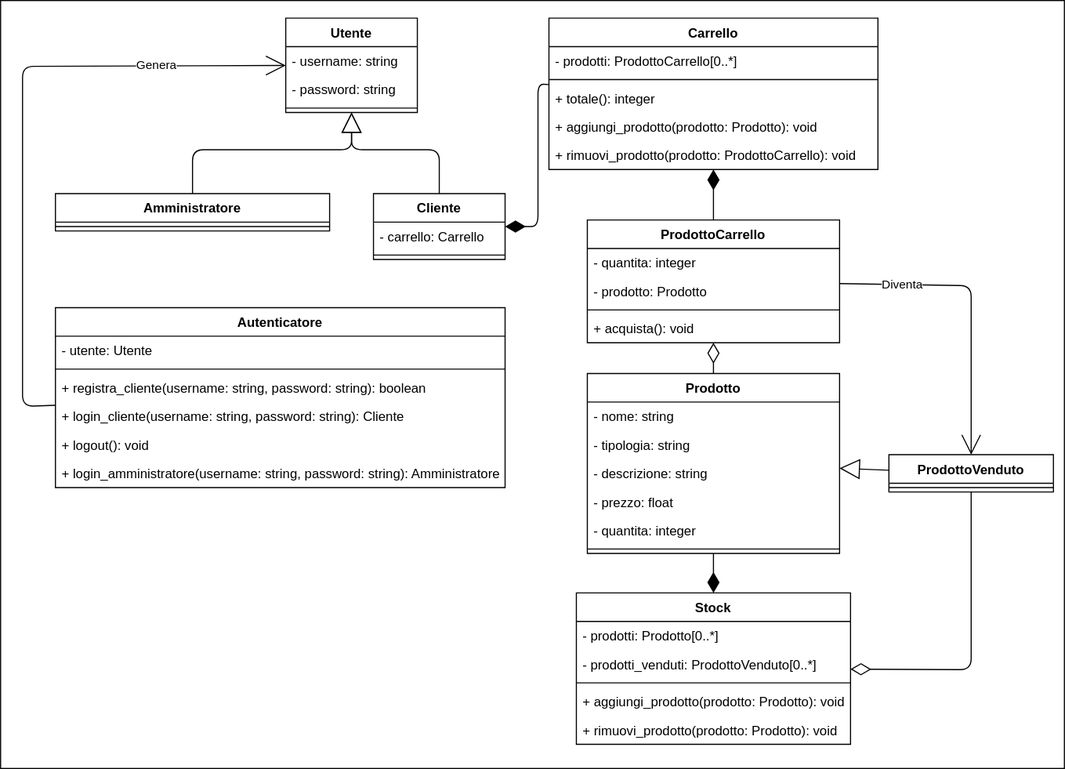
This is diagrammi/classi.drawio.svg from MickTK/ProgettoFinaleISW, a draw.io export, as it was before one commit. Source tidied: cells renumbered, new cells last; positions are measured from the earlier drawing's top-left corner, leaving out a move shared by most shapes.
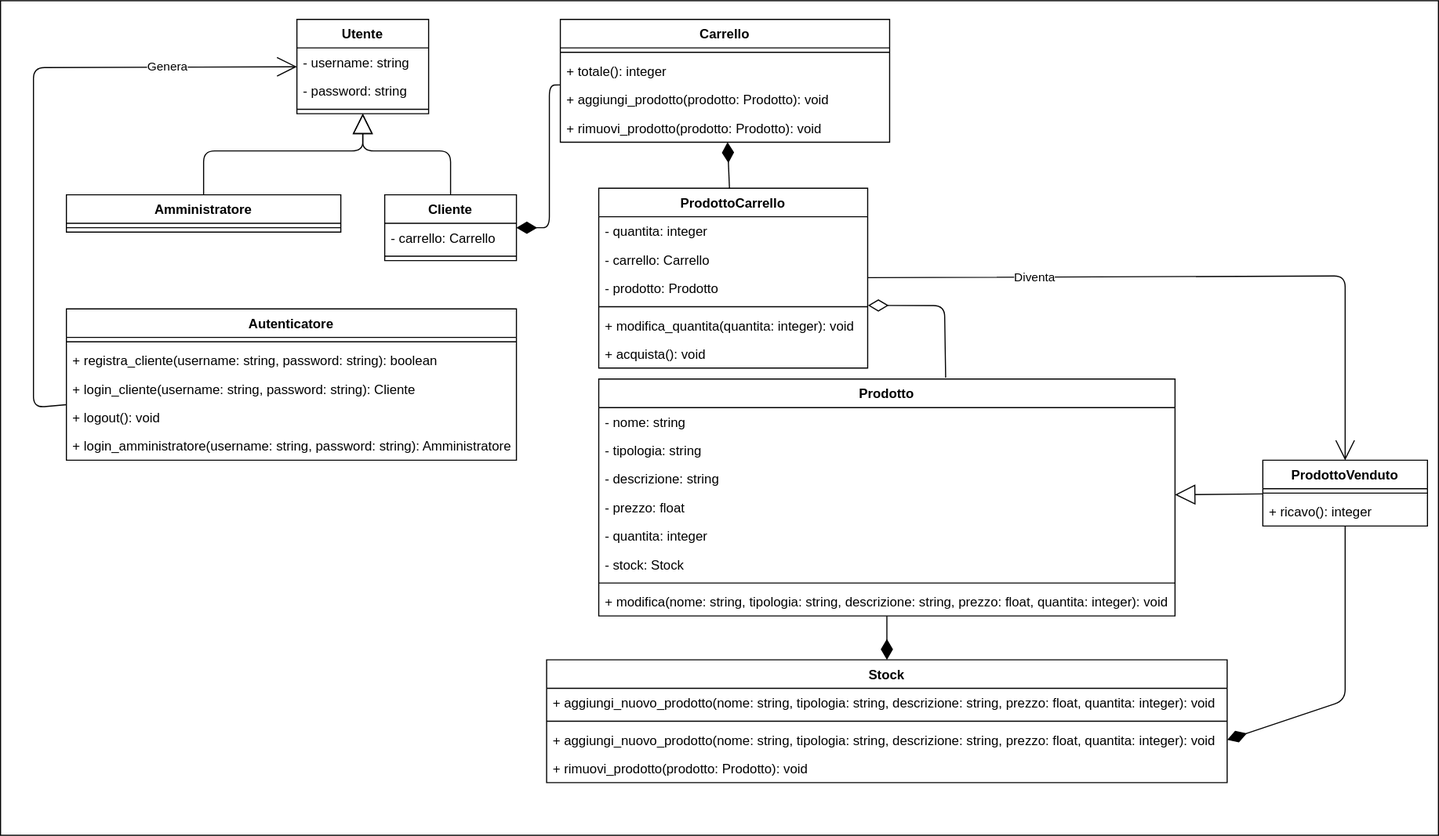
The same file after the commit.

The edit, as a diff of the source:
```diff
@@ -3,7 +3,7 @@
     <mxCell id="0" />
     <mxCell id="1" parent="0" />
     <mxCell id="2" style="rounded=0;whiteSpace=wrap;html=1;" parent="1" vertex="1">
-      <mxGeometry width="970" height="700" as="geometry" />
+      <mxGeometry x="-10" y="-1" width="1310" height="761" as="geometry" />
     </mxCell>
     <mxCell id="3" value="Cliente" style="swimlane;fontStyle=1;align=center;verticalAlign=top;horizontal=1;startSize=26;" parent="1" vertex="1">
       <mxGeometry x="340" y="176" width="120" height="60" as="geometry" />
@@ -15,59 +15,68 @@
       <mxGeometry y="52" width="120" height="8" as="geometry" />
     </mxCell>
     <mxCell id="6" value="Carrello" style="swimlane;fontStyle=1;align=center;verticalAlign=top;horizontal=1;startSize=26;" parent="1" vertex="1">
-      <mxGeometry x="500" y="16" width="300" height="138" as="geometry" />
+      <mxGeometry x="500" y="16" width="300" height="112" as="geometry" />
     </mxCell>
-    <mxCell id="7" value="- prodotti: ProdottoCarrello[0..*]" style="text;strokeColor=none;fillColor=none;align=left;verticalAlign=top;spacingLeft=4;spacingRight=4;overflow=hidden;" parent="6" vertex="1">
-      <mxGeometry y="26" width="300" height="26" as="geometry" />
-    </mxCell>
     <mxCell id="8" style="line;strokeWidth=1;fillColor=none;align=left;verticalAlign=middle;spacingTop=-1;spacingLeft=3;spacingRight=3;labelPosition=right;strokeColor=inherit;" parent="6" vertex="1">
-      <mxGeometry y="52" width="300" height="8" as="geometry" />
+      <mxGeometry y="26" width="300" height="8" as="geometry" />
     </mxCell>
     <mxCell id="9" value="+ totale(): integer" style="text;strokeColor=none;fillColor=none;align=left;verticalAlign=top;spacingLeft=4;spacingRight=4;overflow=hidden;" parent="6" vertex="1">
-      <mxGeometry y="60" width="300" height="26" as="geometry" />
+      <mxGeometry y="34" width="300" height="26" as="geometry" />
     </mxCell>
     <mxCell id="10" value="+ aggiungi_prodotto(prodotto: Prodotto): void" style="text;strokeColor=none;fillColor=none;align=left;verticalAlign=top;spacingLeft=4;spacingRight=4;overflow=hidden;" parent="6" vertex="1">
-      <mxGeometry y="86" width="300" height="26" as="geometry" />
+      <mxGeometry y="60" width="300" height="26" as="geometry" />
     </mxCell>
-    <mxCell id="11" value="+ rimuovi_prodotto(prodotto: ProdottoCarrello): void" style="text;strokeColor=none;fillColor=none;align=left;verticalAlign=top;spacingLeft=4;spacingRight=4;overflow=hidden;" parent="6" vertex="1">
-      <mxGeometry y="112" width="300" height="26" as="geometry" />
+    <mxCell id="11" value="+ rimuovi_prodotto(prodotto: Prodotto): void" style="text;strokeColor=none;fillColor=none;align=left;verticalAlign=top;spacingLeft=4;spacingRight=4;overflow=hidden;" parent="6" vertex="1">
+      <mxGeometry y="86" width="300" height="26" as="geometry" />
     </mxCell>
     <mxCell id="12" value="ProdottoCarrello" style="swimlane;fontStyle=1;align=center;verticalAlign=top;horizontal=1;startSize=26;" parent="1" vertex="1">
-      <mxGeometry x="535" y="200" width="230" height="112" as="geometry" />
+      <mxGeometry x="535" y="170" width="245" height="164" as="geometry" />
     </mxCell>
     <mxCell id="13" value="- quantita: integer" style="text;strokeColor=none;fillColor=none;align=left;verticalAlign=top;spacingLeft=4;spacingRight=4;overflow=hidden;" parent="12" vertex="1">
-      <mxGeometry y="26" width="230" height="26" as="geometry" />
+      <mxGeometry y="26" width="245" height="26" as="geometry" />
     </mxCell>
+    <mxCell id="57" value="- carrello: Carrello" style="text;strokeColor=none;fillColor=none;align=left;verticalAlign=top;spacingLeft=4;spacingRight=4;overflow=hidden;" parent="12" vertex="1">
+      <mxGeometry y="52" width="245" height="26" as="geometry" />
+    </mxCell>
     <mxCell id="14" value="- prodotto: Prodotto" style="text;strokeColor=none;fillColor=none;align=left;verticalAlign=top;spacingLeft=4;spacingRight=4;overflow=hidden;" parent="12" vertex="1">
-      <mxGeometry y="52" width="230" height="26" as="geometry" />
+      <mxGeometry y="78" width="245" height="26" as="geometry" />
     </mxCell>
     <mxCell id="15" style="line;strokeWidth=1;fillColor=none;align=left;verticalAlign=middle;spacingTop=-1;spacingLeft=3;spacingRight=3;labelPosition=right;points=[];portConstraint=eastwest;strokeColor=inherit;" parent="12" vertex="1">
-      <mxGeometry y="78" width="230" height="8" as="geometry" />
+      <mxGeometry y="104" width="245" height="8" as="geometry" />
     </mxCell>
-    <mxCell id="16" value="+ acquista(): void" style="text;strokeColor=none;fillColor=none;align=left;verticalAlign=top;spacingLeft=4;spacingRight=4;overflow=hidden;" parent="12" vertex="1">
-      <mxGeometry y="86" width="230" height="26" as="geometry" />
+    <mxCell id="16" value="+ modifica_quantita(quantita: integer): void" style="text;strokeColor=none;fillColor=none;align=left;verticalAlign=top;spacingLeft=4;spacingRight=4;overflow=hidden;" parent="12" vertex="1">
+      <mxGeometry y="112" width="245" height="26" as="geometry" />
     </mxCell>
+    <mxCell id="58" value="+ acquista(): void" style="text;strokeColor=none;fillColor=none;align=left;verticalAlign=top;spacingLeft=4;spacingRight=4;overflow=hidden;" parent="12" vertex="1">
+      <mxGeometry y="138" width="245" height="26" as="geometry" />
+    </mxCell>
     <mxCell id="17" value="Prodotto" style="swimlane;fontStyle=1;align=center;verticalAlign=top;horizontal=1;startSize=26;" parent="1" vertex="1">
-      <mxGeometry x="535" y="340" width="230" height="164" as="geometry" />
+      <mxGeometry x="535" y="344" width="525" height="216" as="geometry" />
     </mxCell>
     <mxCell id="18" value="- nome: string" style="text;strokeColor=none;fillColor=none;align=left;verticalAlign=top;spacingLeft=4;spacingRight=4;overflow=hidden;" parent="17" vertex="1">
-      <mxGeometry y="26" width="230" height="26" as="geometry" />
+      <mxGeometry y="26" width="525" height="26" as="geometry" />
     </mxCell>
     <mxCell id="19" value="- tipologia: string" style="text;strokeColor=none;fillColor=none;align=left;verticalAlign=top;spacingLeft=4;spacingRight=4;overflow=hidden;" parent="17" vertex="1">
-      <mxGeometry y="52" width="230" height="26" as="geometry" />
+      <mxGeometry y="52" width="525" height="26" as="geometry" />
     </mxCell>
     <mxCell id="20" value="- descrizione: string" style="text;strokeColor=none;fillColor=none;align=left;verticalAlign=top;spacingLeft=4;spacingRight=4;overflow=hidden;" parent="17" vertex="1">
-      <mxGeometry y="78" width="230" height="26" as="geometry" />
+      <mxGeometry y="78" width="525" height="26" as="geometry" />
     </mxCell>
     <mxCell id="21" value="- prezzo: float" style="text;strokeColor=none;fillColor=none;align=left;verticalAlign=top;spacingLeft=4;spacingRight=4;overflow=hidden;" parent="17" vertex="1">
-      <mxGeometry y="104" width="230" height="26" as="geometry" />
+      <mxGeometry y="104" width="525" height="26" as="geometry" />
     </mxCell>
     <mxCell id="22" value="- quantita: integer" style="text;strokeColor=none;fillColor=none;align=left;verticalAlign=top;spacingLeft=4;spacingRight=4;overflow=hidden;" parent="17" vertex="1">
-      <mxGeometry y="130" width="230" height="26" as="geometry" />
+      <mxGeometry y="130" width="525" height="26" as="geometry" />
     </mxCell>
+    <mxCell id="59" value="- stock: Stock" style="text;strokeColor=none;fillColor=none;align=left;verticalAlign=top;spacingLeft=4;spacingRight=4;overflow=hidden;" parent="17" vertex="1">
+      <mxGeometry y="156" width="525" height="26" as="geometry" />
+    </mxCell>
     <mxCell id="23" style="line;strokeWidth=1;fillColor=none;align=left;verticalAlign=middle;spacingTop=-1;spacingLeft=3;spacingRight=3;labelPosition=right;strokeColor=inherit;" parent="17" vertex="1">
-      <mxGeometry y="156" width="230" height="8" as="geometry" />
+      <mxGeometry y="182" width="525" height="8" as="geometry" />
     </mxCell>
+    <mxCell id="60" value="+ modifica(nome: string, tipologia: string, descrizione: string, prezzo: float, quantita: integer): void" style="text;strokeColor=none;fillColor=none;align=left;verticalAlign=top;spacingLeft=4;spacingRight=4;overflow=hidden;" parent="17" vertex="1">
+      <mxGeometry y="190" width="525" height="26" as="geometry" />
+    </mxCell>
     <mxCell id="24" value="Utente" style="swimlane;fontStyle=1;align=center;verticalAlign=top;horizontal=1;startSize=26;" parent="1" vertex="1">
       <mxGeometry x="260" y="16" width="120" height="86" as="geometry" />
     </mxCell>
@@ -113,56 +122,57 @@
     <mxCell id="33" style="endArrow=diamondThin;html=1;endFill=1;startArrow=none;startFill=0;endSize=16;" parent="1" edge="1" source="12" target="6">
       <mxGeometry relative="1" as="geometry" />
     </mxCell>
-    <mxCell id="34" style="endArrow=diamondThin;html=1;endFill=0;startArrow=none;startFill=0;endSize=16;" parent="1" edge="1" source="17" target="12">
-      <mxGeometry relative="1" as="geometry" />
+    <mxCell id="34" style="endArrow=diamondThin;html=1;endFill=0;startArrow=none;startFill=0;endSize=16;entryX=1.001;entryY=0.355;entryDx=0;entryDy=0;entryPerimeter=0;exitX=0.602;exitY=-0.006;exitDx=0;exitDy=0;exitPerimeter=0;" parent="1" edge="1" source="17" target="15">
+      <mxGeometry relative="1" as="geometry">
+        <Array as="points">
+          <mxPoint x="850" y="277" />
+        </Array>
+      </mxGeometry>
     </mxCell>
     <mxCell id="35" value="Autenticatore" style="swimlane;fontStyle=1;align=center;verticalAlign=top;horizontal=1;startSize=26;" parent="1" vertex="1">
-      <mxGeometry x="50" y="280" width="410" height="164" as="geometry" />
+      <mxGeometry x="50" y="280" width="410" height="138" as="geometry" />
     </mxCell>
-    <mxCell id="36" value="- utente: Utente" style="text;strokeColor=none;fillColor=none;align=left;verticalAlign=top;spacingLeft=4;spacingRight=4;overflow=hidden;" parent="35" vertex="1">
-      <mxGeometry y="26" width="410" height="26" as="geometry" />
-    </mxCell>
     <mxCell id="37" style="line;strokeWidth=1;fillColor=none;align=left;verticalAlign=middle;spacingTop=-1;spacingLeft=3;spacingRight=3;labelPosition=right;strokeColor=inherit;" parent="35" vertex="1">
-      <mxGeometry y="52" width="410" height="8" as="geometry" />
+      <mxGeometry y="26" width="410" height="8" as="geometry" />
     </mxCell>
     <mxCell id="38" value="+ registra_cliente(username: string, password: string): boolean" style="text;strokeColor=none;fillColor=none;align=left;verticalAlign=top;spacingLeft=4;spacingRight=4;overflow=hidden;" parent="35" vertex="1">
-      <mxGeometry y="60" width="410" height="26" as="geometry" />
+      <mxGeometry y="34" width="410" height="26" as="geometry" />
     </mxCell>
     <mxCell id="39" value="+ login_cliente(username: string, password: string): Cliente" style="text;strokeColor=none;fillColor=none;align=left;verticalAlign=top;spacingLeft=4;spacingRight=4;overflow=hidden;" parent="35" vertex="1">
-      <mxGeometry y="86" width="410" height="26" as="geometry" />
+      <mxGeometry y="60" width="410" height="26" as="geometry" />
     </mxCell>
     <mxCell id="40" value="+ logout(): void" style="text;strokeColor=none;fillColor=none;align=left;verticalAlign=top;spacingLeft=4;spacingRight=4;overflow=hidden;" parent="35" vertex="1">
-      <mxGeometry y="112" width="410" height="26" as="geometry" />
+      <mxGeometry y="86" width="410" height="26" as="geometry" />
     </mxCell>
     <mxCell id="41" value="+ login_amministratore(username: string, password: string): Amministratore" style="text;strokeColor=none;fillColor=none;align=left;verticalAlign=top;spacingLeft=4;spacingRight=4;overflow=hidden;" parent="35" vertex="1">
-      <mxGeometry y="138" width="410" height="26" as="geometry" />
+      <mxGeometry y="112" width="410" height="26" as="geometry" />
     </mxCell>
     <mxCell id="42" value="ProdottoVenduto" style="swimlane;fontStyle=1;align=center;verticalAlign=top;horizontal=1;startSize=26;" parent="1" vertex="1">
-      <mxGeometry x="810" y="414" width="150" height="34" as="geometry" />
+      <mxGeometry x="1140" y="418" width="150" height="60" as="geometry" />
     </mxCell>
     <mxCell id="43" style="line;strokeWidth=1;fillColor=none;align=left;verticalAlign=middle;spacingTop=-1;spacingLeft=3;spacingRight=3;labelPosition=right;strokeColor=inherit;" parent="42" vertex="1">
       <mxGeometry y="26" width="150" height="8" as="geometry" />
     </mxCell>
+    <mxCell id="61" value="+ ricavo(): integer" style="text;strokeColor=none;fillColor=none;align=left;verticalAlign=top;spacingLeft=4;spacingRight=4;overflow=hidden;" parent="42" vertex="1">
+      <mxGeometry y="34" width="150" height="26" as="geometry" />
+    </mxCell>
     <mxCell id="44" style="endArrow=block;endSize=16;endFill=0;html=1;" parent="1" edge="1" source="42" target="17">
       <mxGeometry relative="1" as="geometry" />
     </mxCell>
     <mxCell id="45" value="Stock" style="swimlane;fontStyle=1;align=center;verticalAlign=top;horizontal=1;startSize=26;" parent="1" vertex="1">
-      <mxGeometry x="525" y="540" width="250" height="138" as="geometry" />
+      <mxGeometry x="487.5" y="600" width="620" height="112" as="geometry" />
     </mxCell>
-    <mxCell id="46" value="- prodotti: Prodotto[0..*]" style="text;strokeColor=none;fillColor=none;align=left;verticalAlign=top;spacingLeft=4;spacingRight=4;overflow=hidden;" parent="45" vertex="1">
-      <mxGeometry y="26" width="250" height="26" as="geometry" />
-    </mxCell>
-    <mxCell id="47" value="- prodotti_venduti: ProdottoVenduto[0..*]" style="text;strokeColor=none;fillColor=none;align=left;verticalAlign=top;spacingLeft=4;spacingRight=4;overflow=hidden;" parent="45" vertex="1">
-      <mxGeometry y="52" width="250" height="26" as="geometry" />
-    </mxCell>
+    <mxCell id="62" value="+ aggiungi_nuovo_prodotto(nome: string, tipologia: string, descrizione: string, prezzo: float, quantita: integer): void" style="text;strokeColor=none;fillColor=none;align=left;verticalAlign=top;spacingLeft=4;spacingRight=4;overflow=hidden;" parent="45" vertex="1">
+      <mxGeometry y="26" width="620" height="26" as="geometry" />
+    </mxCell>
     <mxCell id="48" style="line;strokeWidth=1;fillColor=none;align=left;verticalAlign=middle;spacingTop=-1;spacingLeft=3;spacingRight=3;labelPosition=right;strokeColor=inherit;" parent="45" vertex="1">
-      <mxGeometry y="78" width="250" height="8" as="geometry" />
+      <mxGeometry y="52" width="620" height="8" as="geometry" />
     </mxCell>
-    <mxCell id="49" value="+ aggiungi_prodotto(prodotto: Prodotto): void" style="text;strokeColor=none;fillColor=none;align=left;verticalAlign=top;spacingLeft=4;spacingRight=4;overflow=hidden;points=[[0,0.5],[1,0.5]];portConstraint=eastwest;" parent="45" vertex="1">
-      <mxGeometry y="86" width="250" height="26" as="geometry" />
+    <mxCell id="49" value="+ aggiungi_nuovo_prodotto(nome: string, tipologia: string, descrizione: string, prezzo: float, quantita: integer): void" style="text;strokeColor=none;fillColor=none;align=left;verticalAlign=top;spacingLeft=4;spacingRight=4;overflow=hidden;points=[[0,0.5],[1,0.5]];portConstraint=eastwest;" parent="45" vertex="1">
+      <mxGeometry y="60" width="620" height="26" as="geometry" />
     </mxCell>
     <mxCell id="50" value="+ rimuovi_prodotto(prodotto: Prodotto): void" style="text;strokeColor=none;fillColor=none;align=left;verticalAlign=top;spacingLeft=4;spacingRight=4;overflow=hidden;" parent="45" vertex="1">
-      <mxGeometry y="112" width="250" height="26" as="geometry" />
+      <mxGeometry y="86" width="620" height="26" as="geometry" />
     </mxCell>
     <mxCell id="51" style="endArrow=diamondThin;html=1;endFill=1;startArrow=none;startFill=0;endSize=16;" parent="1" edge="1" source="17" target="45">
       <mxGeometry relative="1" as="geometry" />
@@ -170,7 +180,7 @@
     <mxCell id="52" style="endArrow=none;html=1;endFill=0;startArrow=open;startFill=0;endSize=16;startSize=16;" parent="1" edge="1" source="42" target="12">
       <mxGeometry relative="1" as="geometry">
         <Array as="points">
-          <mxPoint x="885" y="260" />
+          <mxPoint x="1215" y="250" />
         </Array>
       </mxGeometry>
     </mxCell>
@@ -179,10 +189,10 @@
         <mxPoint x="-22" y="-1" as="offset" />
       </mxGeometry>
     </mxCell>
-    <mxCell id="54" style="endArrow=diamondThin;html=1;endFill=0;startArrow=none;startFill=0;endSize=16;" parent="1" edge="1" source="42" target="45">
+    <mxCell id="54" style="endArrow=diamondThin;html=1;endFill=1;startArrow=none;startFill=0;endSize=16;entryX=1;entryY=0.5;entryDx=0;entryDy=0;" parent="1" edge="1" source="42" target="49">
       <mxGeometry relative="1" as="geometry">
         <Array as="points">
-          <mxPoint x="885" y="610" />
+          <mxPoint x="1215" y="637" />
         </Array>
       </mxGeometry>
     </mxCell>
```
